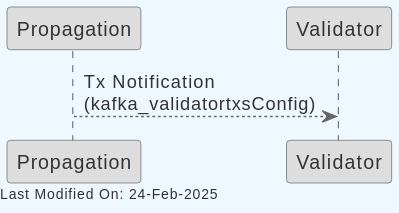
The PlantUML diagram topics/kafka/img/plantuml/kafka_propagation_validator.svg in icellan/teranode, before a commit.
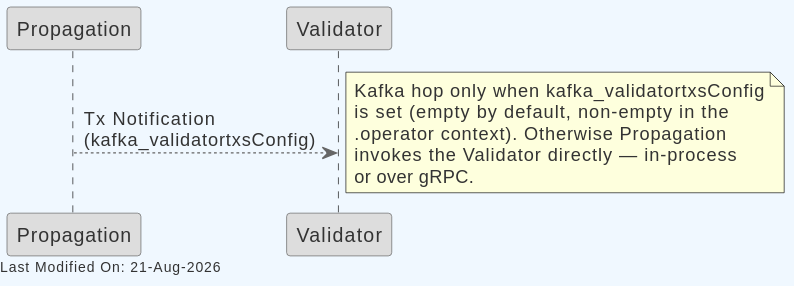
Above is the later version.

The edit, as a diff of the source:
```diff
@@ -22,5 +22,13 @@
 
 Propagation --> Validator: Tx Notification\n(kafka_validatortxsConfig)
 
+note right
+  Kafka hop only when kafka_validatortxsConfig
+  is set (empty by default, non-empty in the
+  .operator context). Otherwise Propagation
+  invokes the Validator directly — in-process
+  or over gRPC.
+end note
+
 left footer Last Modified On: %date("dd-MMM-yyyy")
 @enduml
```
